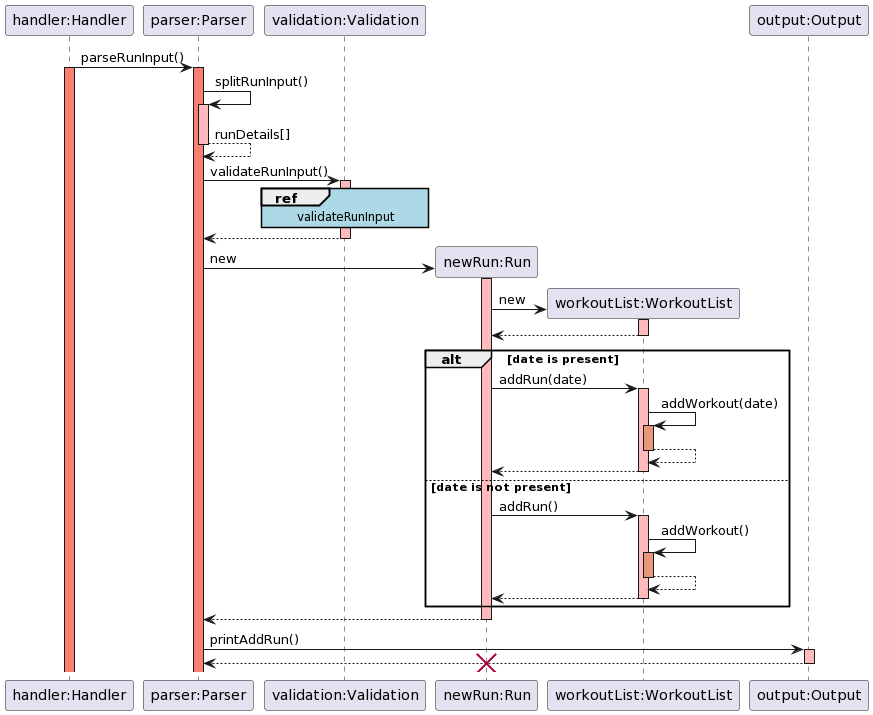
The PlantUML diagram docs/img/sequence_diagrams/run_sequence_diagram.png in rouvinerh/tp, before a commit.
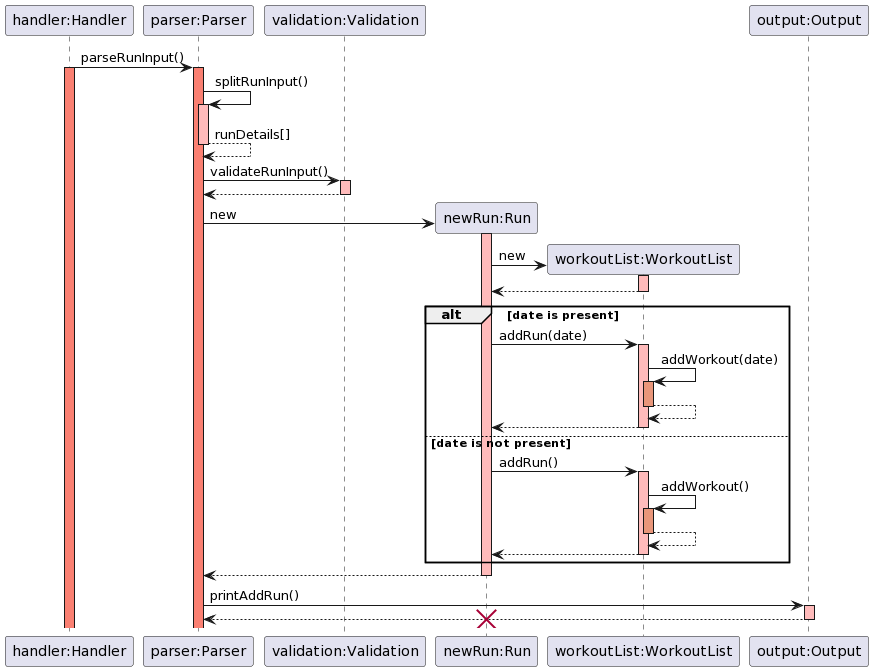
After the commit.

Diff of the diagram source:
```diff
@@ -20,7 +20,6 @@
 
 Parser -> Validation: validateRunInput()
 activate Validation #FFBBBB
-ref over Validation: validateRunInput
 Validation --> Parser:
 deactivate Validation
 
```
